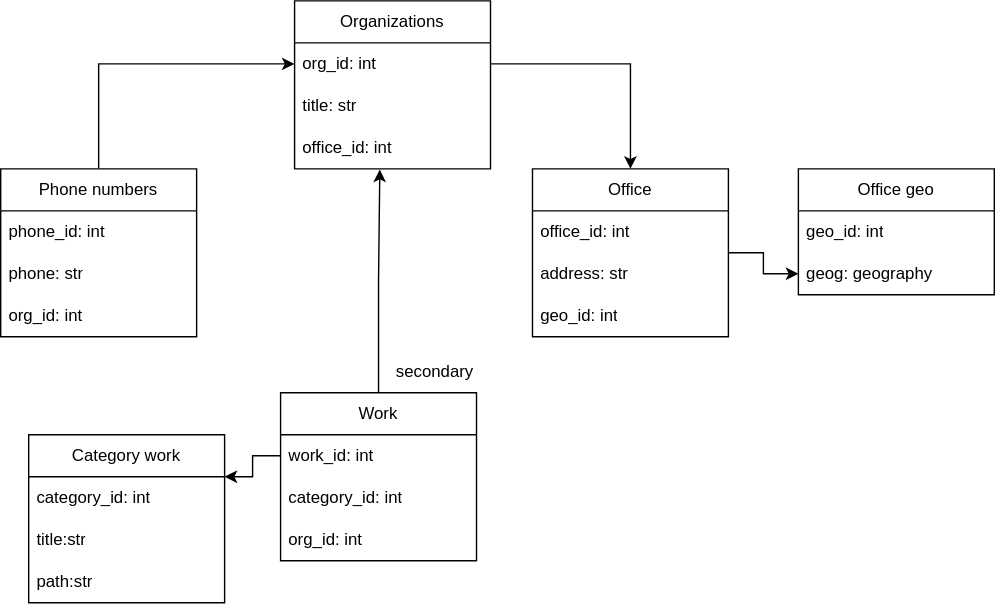
The draw.io diagram docs/entity.drawio.svg in Keni13-coder/test-nebus, before a commit. Source tidied: cells renumbered, new cells last; positions are measured from the earlier drawing's top-left corner, leaving out a move shared by most shapes.
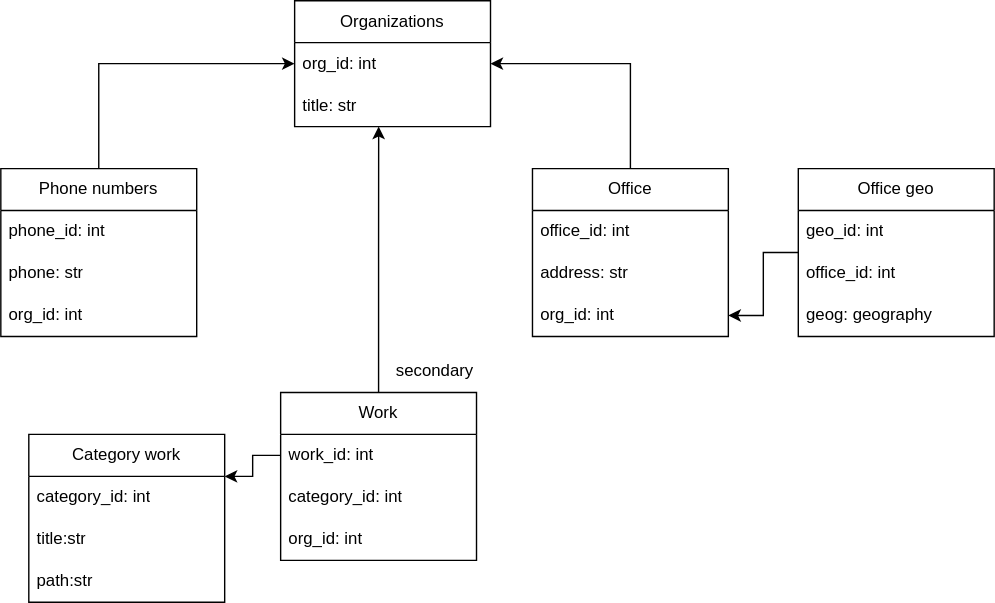
Above is the later version.

Commit message:
replace docs schema

Diff of the diagram source:
```diff
@@ -3,7 +3,7 @@
     <mxCell id="0" />
     <mxCell id="1" parent="0" />
     <mxCell id="2" value="Organizations" style="swimlane;fontStyle=0;horizontal=1;startSize=30;whiteSpace=wrap;html=1;" parent="1" vertex="1">
-      <mxGeometry x="210" width="140" height="120" as="geometry" />
+      <mxGeometry x="210" width="140" height="90" as="geometry" />
     </mxCell>
     <mxCell id="3" value="org_id: int" style="text;strokeColor=none;fillColor=none;align=left;verticalAlign=middle;spacingLeft=4;spacingRight=4;overflow=hidden;points=[[0,0.5],[1,0.5]];portConstraint=eastwest;whiteSpace=wrap;html=1;" parent="2" vertex="1">
       <mxGeometry y="30" width="140" height="30" as="geometry" />
@@ -11,9 +11,6 @@
     <mxCell id="4" value="title: str" style="text;strokeColor=none;fillColor=none;align=left;verticalAlign=middle;spacingLeft=4;spacingRight=4;overflow=hidden;points=[[0,0.5],[1,0.5]];portConstraint=eastwest;whiteSpace=wrap;html=1;" parent="2" vertex="1">
       <mxGeometry y="60" width="140" height="30" as="geometry" />
     </mxCell>
-    <mxCell id="5" value="office_id: int" style="text;strokeColor=none;fillColor=none;align=left;verticalAlign=middle;spacingLeft=4;spacingRight=4;overflow=hidden;points=[[0,0.5],[1,0.5]];portConstraint=eastwest;whiteSpace=wrap;html=1;" parent="2" vertex="1">
-      <mxGeometry y="90" width="140" height="30" as="geometry" />
-    </mxCell>
     <mxCell id="6" style="edgeStyle=orthogonalEdgeStyle;rounded=0;jettySize=auto;html=1;entryX=0;entryY=0.5;entryDx=0;entryDy=0;" parent="1" edge="1" source="7" target="3">
       <mxGeometry relative="1" as="geometry" />
     </mxCell>
@@ -29,9 +26,9 @@
     <mxCell id="10" value="org_id: int" style="text;strokeColor=none;fillColor=none;align=left;verticalAlign=middle;spacingLeft=4;spacingRight=4;overflow=hidden;whiteSpace=wrap;html=1;" parent="7" vertex="1">
       <mxGeometry y="90" width="140" height="30" as="geometry" />
     </mxCell>
-    <mxCell id="11" style="edgeStyle=orthogonalEdgeStyle;rounded=0;jettySize=auto;html=1;" parent="1" edge="1" source="12" target="18">
-      <mxGeometry relative="1" as="geometry" />
-    </mxCell>
+    <mxCell id="31" style="edgeStyle=orthogonalEdgeStyle;rounded=0;jettySize=auto;html=1;entryX=1;entryY=0.5;entryDx=0;entryDy=0;" parent="1" edge="1" source="12" target="3">
+      <mxGeometry relative="1" as="geometry" />
+    </mxCell>
     <mxCell id="12" value="Office" style="swimlane;fontStyle=0;horizontal=1;startSize=30;whiteSpace=wrap;html=1;" parent="1" vertex="1">
       <mxGeometry x="380" y="120" width="140" height="120" as="geometry" />
     </mxCell>
@@ -41,21 +38,24 @@
     <mxCell id="14" value="address: str" style="text;strokeColor=none;fillColor=none;align=left;verticalAlign=middle;spacingLeft=4;spacingRight=4;overflow=hidden;whiteSpace=wrap;html=1;" parent="12" vertex="1">
       <mxGeometry y="60" width="140" height="30" as="geometry" />
     </mxCell>
-    <mxCell id="15" value="geo_id: int" style="text;strokeColor=none;fillColor=none;align=left;verticalAlign=middle;spacingLeft=4;spacingRight=4;overflow=hidden;whiteSpace=wrap;html=1;" parent="12" vertex="1">
-      <mxGeometry y="90" width="140" height="30" as="geometry" />
-    </mxCell>
+    <mxCell id="32" value="org_id: int" style="text;strokeColor=none;fillColor=none;align=left;verticalAlign=middle;spacingLeft=4;spacingRight=4;overflow=hidden;points=[[0,0.5],[1,0.5]];portConstraint=eastwest;whiteSpace=wrap;html=1;" parent="12" vertex="1">
+      <mxGeometry y="90" width="140" height="30" as="geometry" />
+    </mxCell>
+    <mxCell id="33" style="edgeStyle=orthogonalEdgeStyle;rounded=0;jettySize=auto;html=1;" parent="1" edge="1" source="16" target="32">
+      <mxGeometry relative="1" as="geometry" />
+    </mxCell>
     <mxCell id="16" value="Office geo" style="swimlane;fontStyle=0;horizontal=1;startSize=30;whiteSpace=wrap;html=1;" parent="1" vertex="1">
-      <mxGeometry x="570" y="120" width="140" height="90" as="geometry" />
+      <mxGeometry x="570" y="120" width="140" height="120" as="geometry" />
     </mxCell>
     <mxCell id="17" value="geo_id: int" style="text;strokeColor=none;fillColor=none;align=left;verticalAlign=middle;spacingLeft=4;spacingRight=4;overflow=hidden;whiteSpace=wrap;html=1;" parent="16" vertex="1">
       <mxGeometry y="30" width="140" height="30" as="geometry" />
     </mxCell>
+    <mxCell id="5" value="office_id: int" style="text;strokeColor=none;fillColor=none;align=left;verticalAlign=middle;spacingLeft=4;spacingRight=4;overflow=hidden;points=[[0,0.5],[1,0.5]];portConstraint=eastwest;whiteSpace=wrap;html=1;" parent="16" vertex="1">
+      <mxGeometry y="60" width="140" height="30" as="geometry" />
+    </mxCell>
     <mxCell id="18" value="geog: geography" style="text;strokeColor=none;fillColor=none;align=left;verticalAlign=middle;spacingLeft=4;spacingRight=4;overflow=hidden;points=[[0,0.5],[1,0.5]];portConstraint=eastwest;whiteSpace=wrap;html=1;" parent="16" vertex="1">
-      <mxGeometry y="60" width="140" height="30" as="geometry" />
+      <mxGeometry y="90" width="140" height="30" as="geometry" />
     </mxCell>
-    <mxCell id="19" style="edgeStyle=orthogonalEdgeStyle;rounded=0;jettySize=auto;html=1;entryX=0.5;entryY=0;entryDx=0;entryDy=0;" parent="1" edge="1" source="3" target="12">
-      <mxGeometry relative="1" as="geometry" />
-    </mxCell>
     <mxCell id="20" value="Work" style="swimlane;fontStyle=0;horizontal=1;startSize=30;whiteSpace=wrap;html=1;" parent="1" vertex="1">
       <mxGeometry x="200" y="280" width="140" height="120" as="geometry" />
     </mxCell>
@@ -83,11 +83,11 @@
     <mxCell id="28" style="edgeStyle=orthogonalEdgeStyle;rounded=0;jettySize=auto;html=1;entryX=1;entryY=0.25;entryDx=0;entryDy=0;" parent="1" edge="1" source="21" target="24">
       <mxGeometry relative="1" as="geometry" />
     </mxCell>
-    <mxCell id="29" style="edgeStyle=orthogonalEdgeStyle;rounded=0;jettySize=auto;html=1;entryX=0.435;entryY=1.017;entryDx=0;entryDy=0;entryPerimeter=0;" parent="1" edge="1" source="20" target="5">
-      <mxGeometry relative="1" as="geometry" />
-    </mxCell>
     <mxCell id="30" value="secondary" style="text;html=1;align=center;verticalAlign=middle;strokeColor=none;fillColor=none;" parent="1" vertex="1">
       <mxGeometry x="270" y="250" width="80" height="30" as="geometry" />
     </mxCell>
+    <mxCell id="34" style="edgeStyle=orthogonalEdgeStyle;rounded=0;jettySize=auto;html=1;exitX=0.5;exitY=0;exitDx=0;exitDy=0;entryX=0.429;entryY=1;entryDx=0;entryDy=0;entryPerimeter=0;" parent="1" edge="1" source="20" target="4">
+      <mxGeometry relative="1" as="geometry" />
+    </mxCell>
   </root>
 </mxGraphModel>
```
